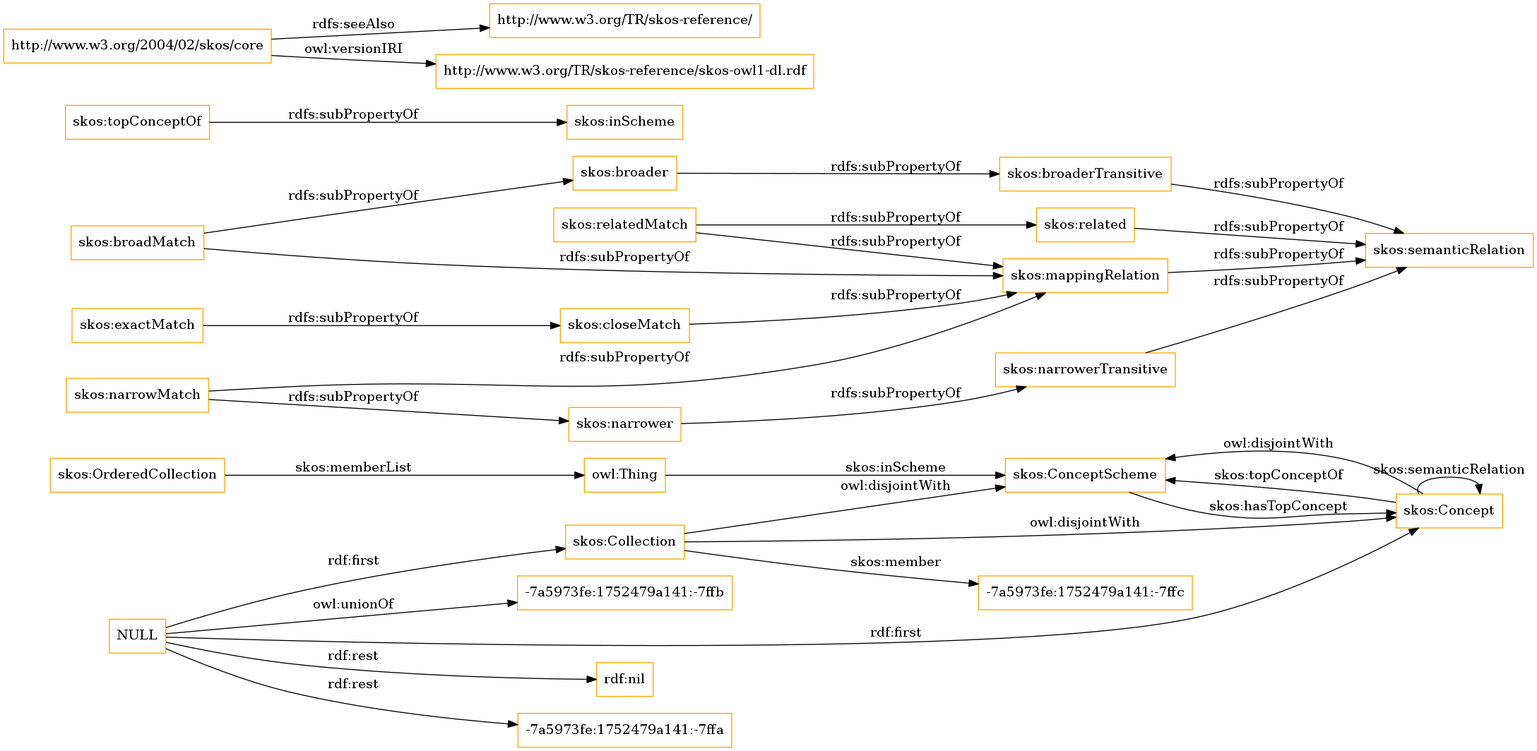
This is OnToology/imports/skos.owl/diagrams/ar2dtool-class/skos.owl.png from OnToologyUser/core-ontology-1, a Graphviz export, as it was before one commit. Its source is kept beside it as OnToology/imports/skos.owl/diagrams/ar2dtool-class/skos.owl.png.dot.
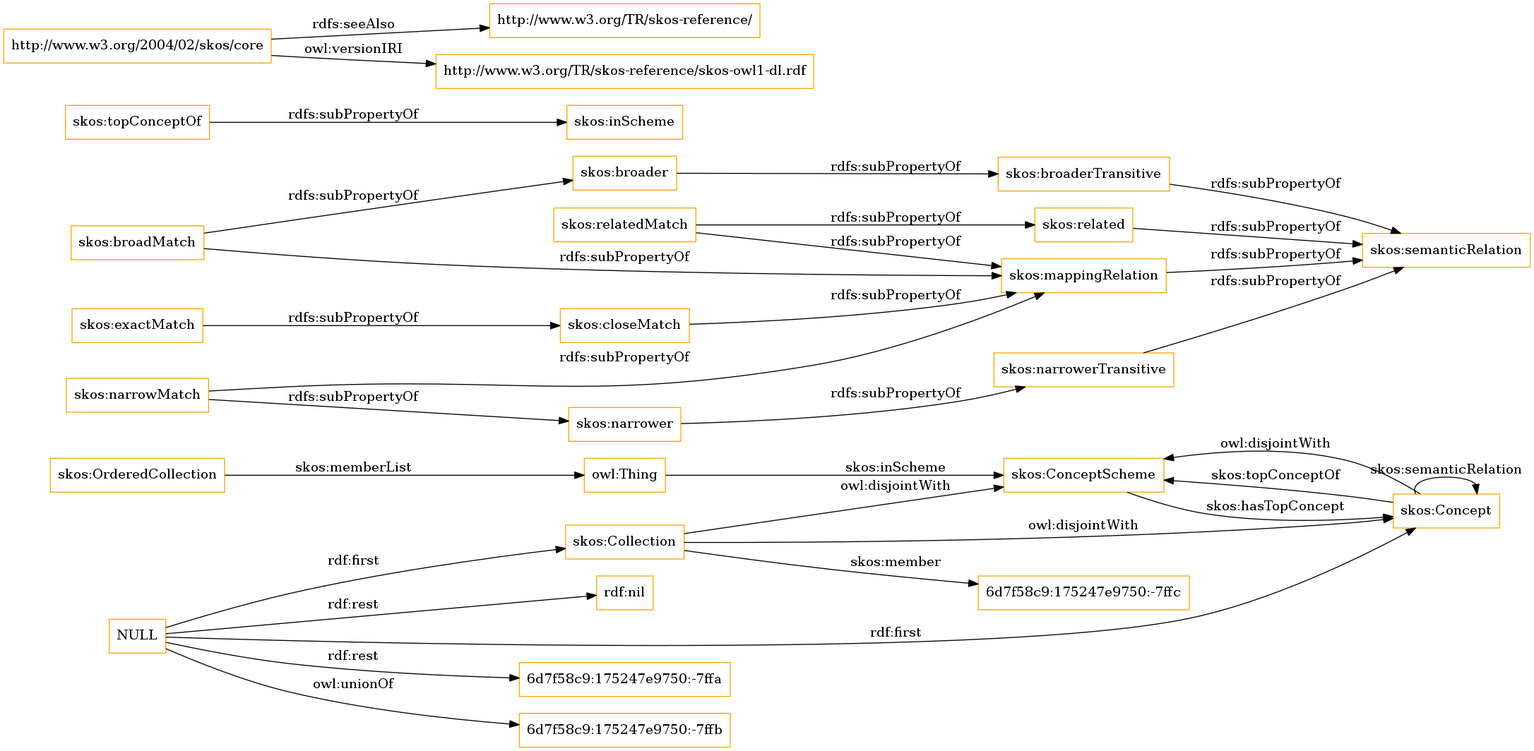
The same diagram one commit later.

What changed in the source:
```diff
@@ -1,13 +1,13 @@
 digraph ar2dtool_diagram {
 rankdir=LR;
 size="1501"
-node [shape = rectangle, color="orange"]; "skos:OrderedCollection" "skos:ConceptScheme" "skos:Concept" "skos:Collection" "-7a5973fe:1752479a141:-7ffc" ; /*classes style*/
+node [shape = rectangle, color="orange"]; "skos:OrderedCollection" "skos:ConceptScheme" "skos:Concept" "skos:Collection" "6d7f58c9:175247e9750:-7ffc" ; /*classes style*/
 	"skos:narrowerTransitive" -> "skos:semanticRelation" [ label = "rdfs:subPropertyOf" ];
+	"NULL" -> "6d7f58c9:175247e9750:-7ffa" [ label = "rdf:rest" ];
+	"NULL" -> "skos:Collection" [ label = "rdf:first" ];
+	"NULL" -> "6d7f58c9:175247e9750:-7ffb" [ label = "owl:unionOf" ];
 	"NULL" -> "rdf:nil" [ label = "rdf:rest" ];
 	"NULL" -> "skos:Concept" [ label = "rdf:first" ];
-	"NULL" -> "-7a5973fe:1752479a141:-7ffa" [ label = "rdf:rest" ];
-	"NULL" -> "skos:Collection" [ label = "rdf:first" ];
-	"NULL" -> "-7a5973fe:1752479a141:-7ffb" [ label = "owl:unionOf" ];
 	"skos:closeMatch" -> "skos:mappingRelation" [ label = "rdfs:subPropertyOf" ];
 	"skos:Concept" -> "skos:ConceptScheme" [ label = "owl:disjointWith" ];
 	"skos:relatedMatch" -> "skos:related" [ label = "rdfs:subPropertyOf" ];
@@ -30,7 +30,7 @@
 	"skos:OrderedCollection" -> "owl:Thing" [ label = "skos:memberList" ];
 	"skos:Concept" -> "skos:ConceptScheme" [ label = "skos:topConceptOf" ];
 	"skos:Concept" -> "skos:Concept" [ label = "skos:semanticRelation" ];
-	"skos:Collection" -> "-7a5973fe:1752479a141:-7ffc" [ label = "skos:member" ];
+	"skos:Collection" -> "6d7f58c9:175247e9750:-7ffc" [ label = "skos:member" ];
 	"skos:ConceptScheme" -> "skos:Concept" [ label = "skos:hasTopConcept" ];
 	"owl:Thing" -> "skos:ConceptScheme" [ label = "skos:inScheme" ];
 
```
